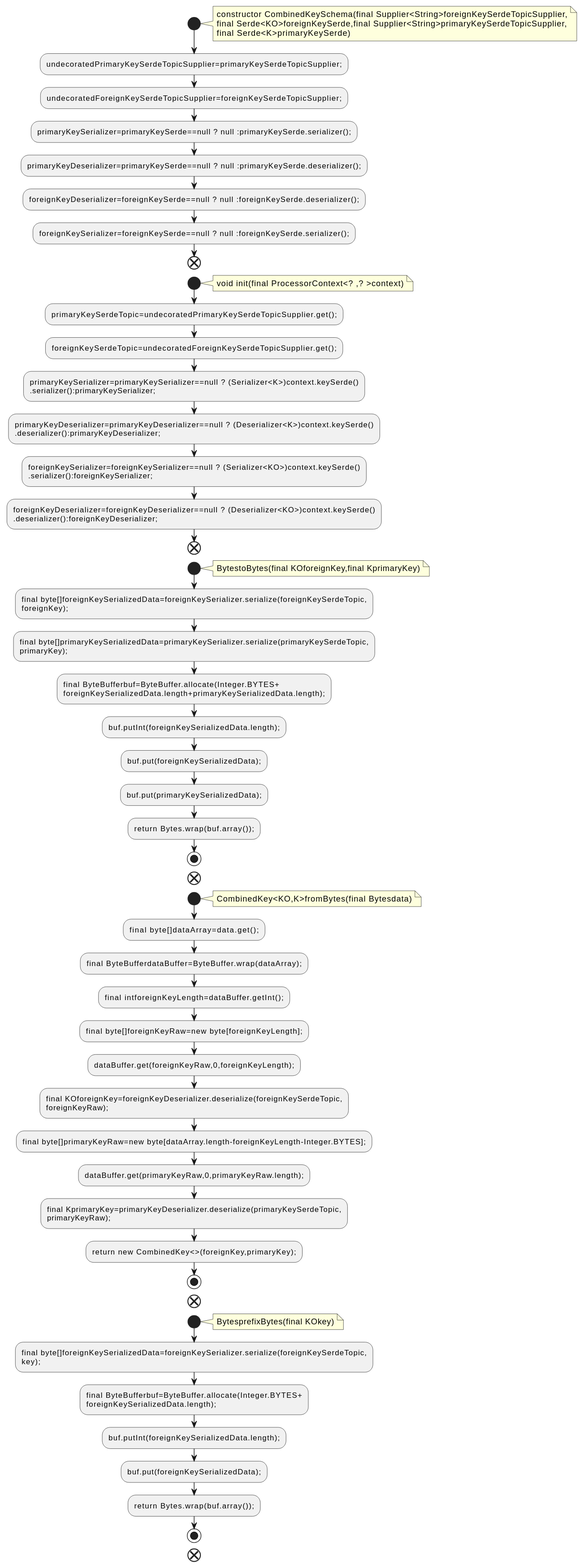
Before: docs/qc/streams/src/main/java/org/apache/kafka/streams/kstream/internals/foreignkeyjoin/CombinedKeySchema.java.fct.svg, a diagram exported from PlantUML (qualitesys/kafka).
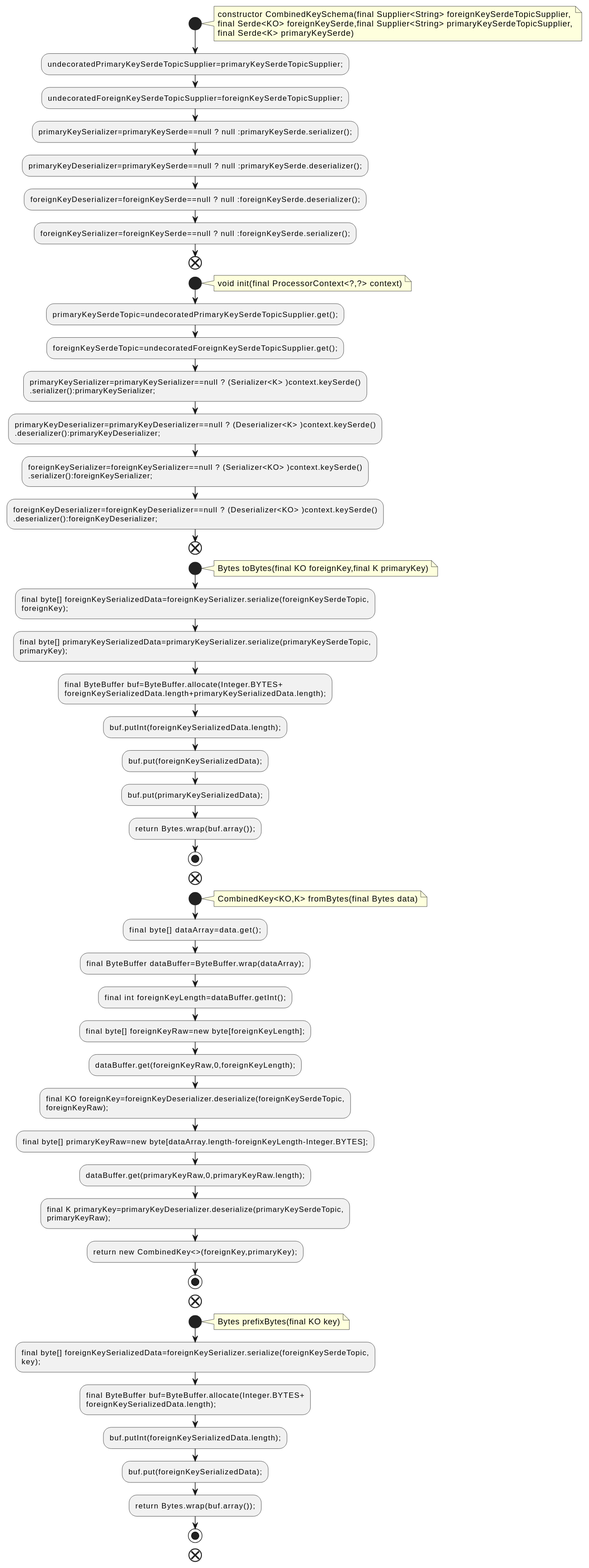
The same diagram one commit later.

The edit, as a diff of the source:
```diff
@@ -2,9 +2,9 @@
 !pragma layout smetana
 start
 note right
-constructor CombinedKeySchema(final Supplier<String>foreignKeySerdeTopicSupplier,
-final Serde<KO>foreignKeySerde,final Supplier<String>primaryKeySerdeTopicSupplier,
-final Serde<K>primaryKeySerde)
+constructor CombinedKeySchema(final Supplier<String> foreignKeySerdeTopicSupplier,
+final Serde<KO> foreignKeySerde,final Supplier<String> primaryKeySerdeTopicSupplier,
+final Serde<K> primaryKeySerde)
 end note
 :undecoratedPrimaryKeySerdeTopicSupplier=primaryKeySerdeTopicSupplier;;
 :undecoratedForeignKeySerdeTopicSupplier=foreignKeySerdeTopicSupplier;;
@@ -15,28 +15,28 @@
 end
 start
 note right
-void init(final ProcessorContext<? ,? >context)
+void init(final ProcessorContext<?,?> context)
 end note
 :primaryKeySerdeTopic=undecoratedPrimaryKeySerdeTopicSupplier.get();;
 :foreignKeySerdeTopic=undecoratedForeignKeySerdeTopicSupplier.get();;
-:primaryKeySerializer=primaryKeySerializer==null ? (Serializer<K>)context.keySerde()
+:primaryKeySerializer=primaryKeySerializer==null ? (Serializer<K> )context.keySerde()
 .serializer():primaryKeySerializer;;
-:primaryKeyDeserializer=primaryKeyDeserializer==null ? (Deserializer<K>)context.keySerde()
+:primaryKeyDeserializer=primaryKeyDeserializer==null ? (Deserializer<K> )context.keySerde()
 .deserializer():primaryKeyDeserializer;;
-:foreignKeySerializer=foreignKeySerializer==null ? (Serializer<KO>)context.keySerde()
+:foreignKeySerializer=foreignKeySerializer==null ? (Serializer<KO> )context.keySerde()
 .serializer():foreignKeySerializer;;
-:foreignKeyDeserializer=foreignKeyDeserializer==null ? (Deserializer<KO>)context.keySerde()
+:foreignKeyDeserializer=foreignKeyDeserializer==null ? (Deserializer<KO> )context.keySerde()
 .deserializer():foreignKeyDeserializer;;
 end
 start
 note right
-BytestoBytes(final KOforeignKey,final KprimaryKey)
+Bytes toBytes(final KO foreignKey,final K primaryKey)
 end note
-:final byte[]foreignKeySerializedData=foreignKeySerializer.serialize(foreignKeySerdeTopic,
+:final byte[] foreignKeySerializedData=foreignKeySerializer.serialize(foreignKeySerdeTopic,
 foreignKey);;
-:final byte[]primaryKeySerializedData=primaryKeySerializer.serialize(primaryKeySerdeTopic,
+:final byte[] primaryKeySerializedData=primaryKeySerializer.serialize(primaryKeySerdeTopic,
 primaryKey);;
-:final ByteBufferbuf=ByteBuffer.allocate(Integer.BYTES+
+:final ByteBuffer buf=ByteBuffer.allocate(Integer.BYTES+
 foreignKeySerializedData.length+primaryKeySerializedData.length);;
 :buf.putInt(foreignKeySerializedData.length);;
 :buf.put(foreignKeySerializedData);;
@@ -46,29 +46,29 @@
 end
 start
 note right
-CombinedKey<KO,K>fromBytes(final Bytesdata)
+CombinedKey<KO,K> fromBytes(final Bytes data)
 end note
-:final byte[]dataArray=data.get();;
-:final ByteBufferdataBuffer=ByteBuffer.wrap(dataArray);;
-:final intforeignKeyLength=dataBuffer.getInt();;
-:final byte[]foreignKeyRaw=new byte[foreignKeyLength];;
+:final byte[] dataArray=data.get();;
+:final ByteBuffer dataBuffer=ByteBuffer.wrap(dataArray);;
+:final int foreignKeyLength=dataBuffer.getInt();;
+:final byte[] foreignKeyRaw=new byte[foreignKeyLength];;
 :dataBuffer.get(foreignKeyRaw,0,foreignKeyLength);;
-:final KOforeignKey=foreignKeyDeserializer.deserialize(foreignKeySerdeTopic,
+:final KO foreignKey=foreignKeyDeserializer.deserialize(foreignKeySerdeTopic,
 foreignKeyRaw);;
-:final byte[]primaryKeyRaw=new byte[dataArray.length-foreignKeyLength-Integer.BYTES];;
+:final byte[] primaryKeyRaw=new byte[dataArray.length-foreignKeyLength-Integer.BYTES];;
 :dataBuffer.get(primaryKeyRaw,0,primaryKeyRaw.length);;
-:final KprimaryKey=primaryKeyDeserializer.deserialize(primaryKeySerdeTopic,
+:final K primaryKey=primaryKeyDeserializer.deserialize(primaryKeySerdeTopic,
 primaryKeyRaw);;
 :return new CombinedKey<>(foreignKey,primaryKey);;
 stop
 end
 start
 note right
-BytesprefixBytes(final KOkey)
+Bytes prefixBytes(final KO key)
 end note
-:final byte[]foreignKeySerializedData=foreignKeySerializer.serialize(foreignKeySerdeTopic,
+:final byte[] foreignKeySerializedData=foreignKeySerializer.serialize(foreignKeySerdeTopic,
 key);;
-:final ByteBufferbuf=ByteBuffer.allocate(Integer.BYTES+
+:final ByteBuffer buf=ByteBuffer.allocate(Integer.BYTES+
 foreignKeySerializedData.length);;
 :buf.putInt(foreignKeySerializedData.length);;
 :buf.put(foreignKeySerializedData);;
```
